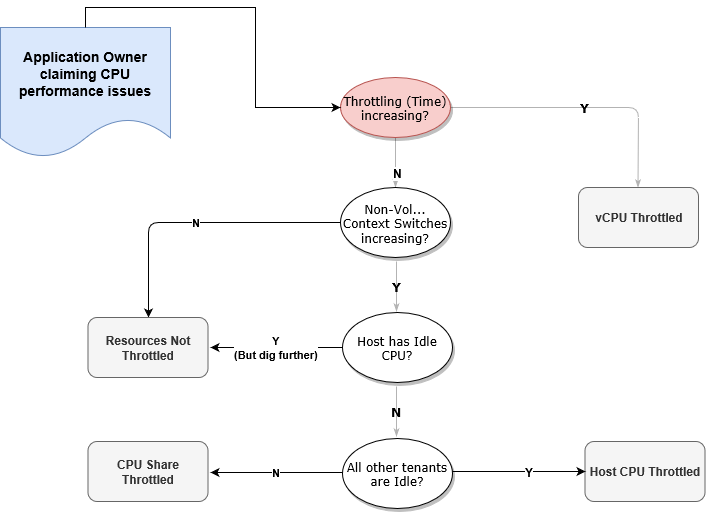
Earlier version of the draw.io export Diagrams/a1cpuGraph.png (KEDGERS/Draft). Source tidied: cells renumbered, new cells last; positions are measured from the earlier drawing's top-left corner, leaving out a move shared by most shapes. The source it was exported from:
```xml
<mxGraphModel background="#ffffff">
  <root>
    <mxCell id="0" />
    <mxCell id="1" parent="0" />
    <mxCell id="2" style="edgeStyle=none;rounded=1;html=1;labelBackgroundColor=none;startArrow=none;startFill=0;startSize=5;endArrow=classicThin;endFill=1;endSize=5;jettySize=auto;strokeColor=#B3B3B3;strokeWidth=1;fontFamily=Verdana;fontSize=12;fontColor=#000000;" parent="1" edge="1" source="5" target="6">
      <mxGeometry relative="1" as="geometry" />
    </mxCell>
    <mxCell id="3" value="&lt;b&gt;N&lt;/b&gt;" style="text;html=1;align=center;verticalAlign=middle;labelBackgroundColor=#ffffff;" parent="2" vertex="1">
      <mxGeometry x="0.39" y="2" relative="1" as="geometry" />
    </mxCell>
    <mxCell id="4" value="&lt;b&gt;Y&lt;/b&gt;" style="edgeStyle=none;rounded=1;html=1;labelBackgroundColor=none;startArrow=none;startFill=0;startSize=5;endArrow=classicThin;endFill=1;endSize=5;jettySize=auto;strokeColor=#B3B3B3;strokeWidth=1;fontFamily=Verdana;fontSize=12;fontColor=#000000;" parent="1" edge="1" source="5">
      <mxGeometry relative="1" as="geometry">
        <mxPoint x="637.5" y="160" as="targetPoint" />
        <Array as="points">
          <mxPoint x="638" y="80" />
        </Array>
      </mxGeometry>
    </mxCell>
    <mxCell id="5" value="Throttling (Time) increasing?" style="ellipse;whiteSpace=wrap;html=1;rounded=0;shadow=1;comic=0;labelBackgroundColor=none;strokeWidth=1;fontFamily=Verdana;fontSize=12;align=center;fillColor=#f8cecc;strokeColor=#b85450;" parent="1" vertex="1">
      <mxGeometry x="340" y="50" width="110" height="60" as="geometry" />
    </mxCell>
    <mxCell id="6" value="Non-Vol... Context Switches increasing?" style="ellipse;whiteSpace=wrap;html=1;rounded=0;shadow=1;comic=0;labelBackgroundColor=none;strokeColor=#000000;strokeWidth=1;fillColor=#FFFFFF;fontFamily=Verdana;fontSize=12;fontColor=#000000;align=center;" parent="1" vertex="1">
      <mxGeometry x="340" y="160" width="110" height="70" as="geometry" />
    </mxCell>
    <mxCell id="7" value="&lt;b&gt;vCPU Throttled&lt;/b&gt;" style="rounded=1;whiteSpace=wrap;html=1;fillColor=#f5f5f5;strokeColor=#666666;fontColor=#333333;" parent="1" vertex="1">
      <mxGeometry x="578" y="160" width="120" height="60" as="geometry" />
    </mxCell>
    <mxCell id="8" value="&lt;b&gt;N&lt;/b&gt;" style="endArrow=classic;html=1;exitX=0;exitY=0.5;exitDx=0;exitDy=0;" parent="1" edge="1" source="6">
      <mxGeometry relative="1" as="geometry">
        <mxPoint x="148" y="290" as="targetPoint" />
        <Array as="points">
          <mxPoint x="148" y="195" />
        </Array>
      </mxGeometry>
    </mxCell>
    <mxCell id="9" value="&lt;b&gt;Resources Not Throttled&lt;/b&gt;" style="rounded=1;whiteSpace=wrap;html=1;fillColor=#f5f5f5;strokeColor=#666666;fontColor=#333333;" parent="1" vertex="1">
      <mxGeometry x="87.5" y="290" width="120" height="60" as="geometry" />
    </mxCell>
    <mxCell id="10" value="&lt;b&gt;Y&lt;/b&gt;" style="edgeStyle=none;rounded=1;html=1;labelBackgroundColor=none;startArrow=none;startFill=0;startSize=5;endArrow=classicThin;endFill=1;endSize=5;jettySize=auto;orthogonalLoop=1;strokeColor=#B3B3B3;strokeWidth=1;fontFamily=Verdana;fontSize=12;fontColor=#000000;" parent="1" edge="1">
      <mxGeometry relative="1" as="geometry">
        <mxPoint x="396" y="234" as="sourcePoint" />
        <mxPoint x="396" y="284" as="targetPoint" />
      </mxGeometry>
    </mxCell>
    <mxCell id="11" value="Host has Idle CPU?" style="ellipse;whiteSpace=wrap;html=1;rounded=0;shadow=1;comic=0;labelBackgroundColor=none;strokeColor=#000000;strokeWidth=1;fillColor=#FFFFFF;fontFamily=Verdana;fontSize=12;fontColor=#000000;align=center;" parent="1" vertex="1">
      <mxGeometry x="342" y="285" width="110" height="70" as="geometry" />
    </mxCell>
    <mxCell id="12" value="&lt;b&gt;Y&lt;br&gt;(But dig further)&lt;/b&gt;" style="endArrow=classic;html=1;exitX=0;exitY=0.5;exitDx=0;exitDy=0;" parent="1" edge="1" source="11">
      <mxGeometry relative="1" as="geometry">
        <mxPoint x="210" y="320" as="targetPoint" />
      </mxGeometry>
    </mxCell>
    <mxCell id="13" value="All other tenants are Idle?" style="ellipse;whiteSpace=wrap;html=1;rounded=0;shadow=1;comic=0;labelBackgroundColor=none;strokeColor=#000000;strokeWidth=1;fillColor=#FFFFFF;fontFamily=Verdana;fontSize=12;fontColor=#000000;align=center;" parent="1" vertex="1">
      <mxGeometry x="342" y="411" width="110" height="70" as="geometry" />
    </mxCell>
    <mxCell id="14" value="&lt;b&gt;N&lt;/b&gt;" style="edgeStyle=none;rounded=1;html=1;labelBackgroundColor=none;startArrow=none;startFill=0;startSize=5;endArrow=classicThin;endFill=1;endSize=5;jettySize=auto;orthogonalLoop=1;strokeColor=#B3B3B3;strokeWidth=1;fontFamily=Verdana;fontSize=12;fontColor=#000000;" parent="1" edge="1">
      <mxGeometry relative="1" as="geometry">
        <mxPoint x="396" y="359" as="sourcePoint" />
        <mxPoint x="396" y="409" as="targetPoint" />
      </mxGeometry>
    </mxCell>
    <mxCell id="15" value="&lt;b&gt;N&lt;/b&gt;" style="endArrow=classic;html=1;exitX=0;exitY=0.5;exitDx=0;exitDy=0;" parent="1" edge="1">
      <mxGeometry relative="1" as="geometry">
        <mxPoint x="342" y="445" as="sourcePoint" />
        <mxPoint x="210" y="445" as="targetPoint" />
      </mxGeometry>
    </mxCell>
    <mxCell id="16" value="&lt;b&gt;CPU Share Throttled&lt;/b&gt;" style="rounded=1;whiteSpace=wrap;html=1;fillColor=#f5f5f5;strokeColor=#666666;fontColor=#333333;" parent="1" vertex="1">
      <mxGeometry x="87.5" y="414" width="120" height="60" as="geometry" />
    </mxCell>
    <mxCell id="17" value="&lt;b&gt;Host CPU Throttled&lt;/b&gt;" style="rounded=1;whiteSpace=wrap;html=1;fillColor=#f5f5f5;strokeColor=#666666;fontColor=#333333;" parent="1" vertex="1">
      <mxGeometry x="584.5" y="414" width="120" height="60" as="geometry" />
    </mxCell>
    <mxCell id="18" style="endArrow=classic;html=1;" parent="1" edge="1">
      <mxGeometry relative="1" as="geometry">
        <mxPoint x="452" y="444" as="sourcePoint" />
        <mxPoint x="585" y="444" as="targetPoint" />
      </mxGeometry>
    </mxCell>
    <mxCell id="19" value="&lt;b&gt;Y&lt;/b&gt;" style="text;html=1;align=center;verticalAlign=middle;labelBackgroundColor=#ffffff;" parent="18" vertex="1">
      <mxGeometry x="0.14" relative="1" as="geometry" />
    </mxCell>
    <mxCell id="20" value="&lt;font style=&quot;font-size: 14px&quot;&gt;&lt;b&gt;Application Owner claiming CPU performance issues&lt;/b&gt;&lt;/font&gt;" style="shape=document;whiteSpace=wrap;html=1;boundedLbl=1;fillColor=#dae8fc;strokeColor=#6c8ebf;" parent="1" vertex="1">
      <mxGeometry width="170" height="130" as="geometry" />
    </mxCell>
    <mxCell id="21" style="edgeStyle=orthogonalEdgeStyle;rounded=0;jettySize=auto;html=1;exitX=0.5;exitY=0;exitDx=0;exitDy=0;entryX=0;entryY=0.5;entryDx=0;entryDy=0;" parent="1" edge="1" source="20" target="5">
      <mxGeometry relative="1" as="geometry" />
    </mxCell>
  </root>
</mxGraphModel>
```
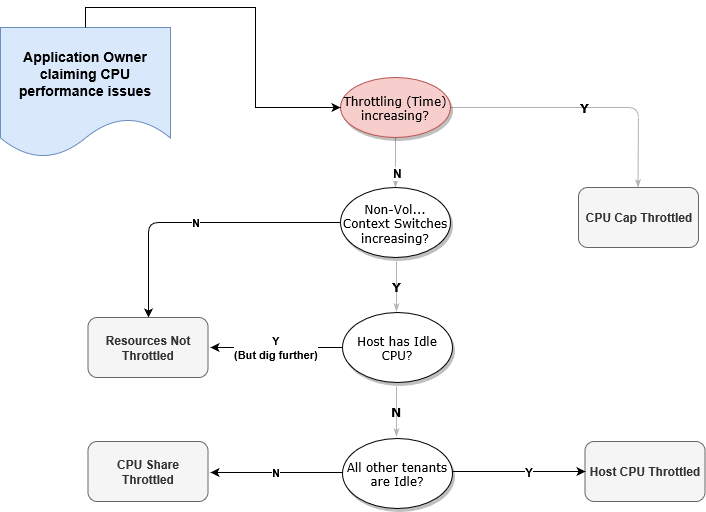
The same diagram one commit later.

What changed in the source:
```diff
@@ -22,7 +22,7 @@
     <mxCell id="6" value="Non-Vol... Context Switches increasing?" style="ellipse;whiteSpace=wrap;html=1;rounded=0;shadow=1;comic=0;labelBackgroundColor=none;strokeColor=#000000;strokeWidth=1;fillColor=#FFFFFF;fontFamily=Verdana;fontSize=12;fontColor=#000000;align=center;" parent="1" vertex="1">
       <mxGeometry x="340" y="160" width="110" height="70" as="geometry" />
     </mxCell>
-    <mxCell id="7" value="&lt;b&gt;vCPU Throttled&lt;/b&gt;" style="rounded=1;whiteSpace=wrap;html=1;fillColor=#f5f5f5;strokeColor=#666666;fontColor=#333333;" parent="1" vertex="1">
+    <mxCell id="7" value="&lt;b&gt;CPU Cap Throttled&lt;/b&gt;" style="rounded=1;whiteSpace=wrap;html=1;fillColor=#f5f5f5;strokeColor=#666666;fontColor=#333333;" parent="1" vertex="1">
       <mxGeometry x="578" y="160" width="120" height="60" as="geometry" />
     </mxCell>
     <mxCell id="8" value="&lt;b&gt;N&lt;/b&gt;" style="endArrow=classic;html=1;exitX=0;exitY=0.5;exitDx=0;exitDy=0;" parent="1" edge="1" source="6">
```
